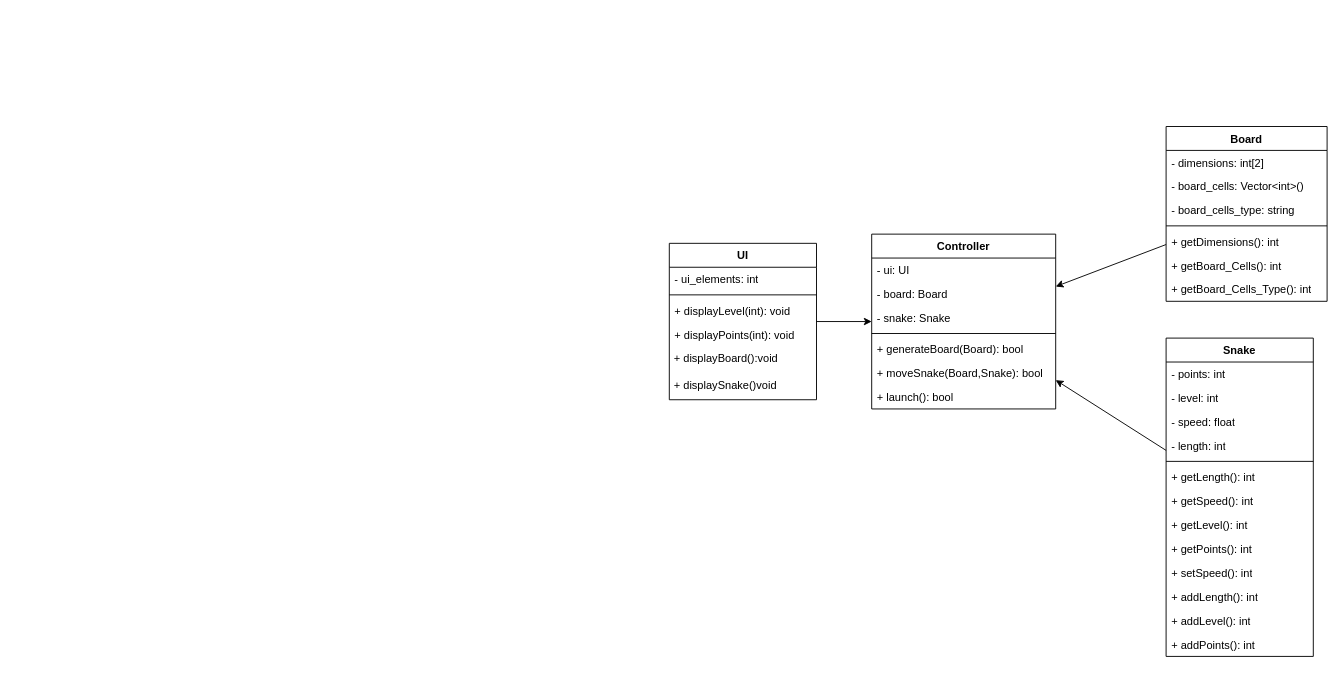
Earlier version of the draw.io diagram diagram/diagram.drawio.xml (4lias/Projekt_Zaliczeniowy). Source tidied: cells renumbered, new cells numbered last; positions are measured from the earlier drawing's top-left corner, leaving out a move shared by most shapes. Both pictures are drawn from the tidied source at 92%, with x=0, y=0 at pixel (669, 126).
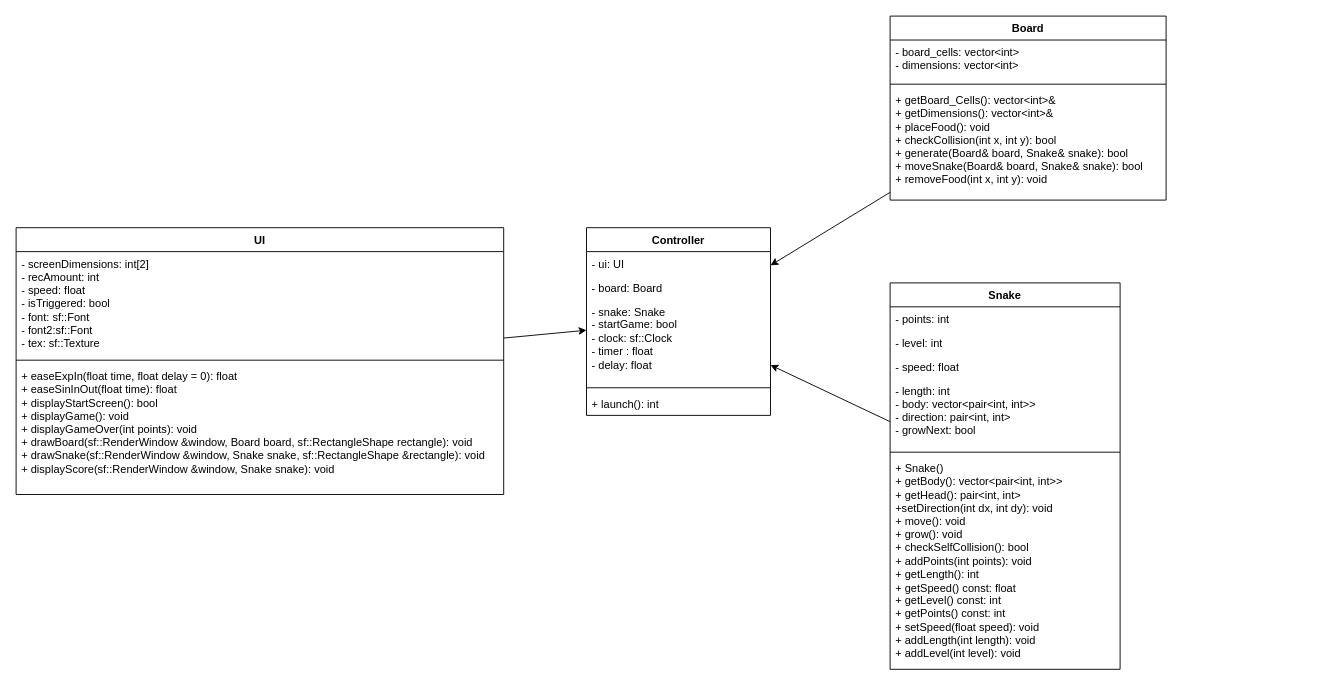
After the change.

Diff of the diagram source:
```diff
@@
     <mxCell id="2" value="Controller" style="swimlane;fontStyle=1;align=center;verticalAlign=top;horizontal=1;startSize=26;whiteSpace=wrap;html=1;" parent="1" vertex="1">
-      <mxGeometry x="220" y="117" width="200" height="190" as="geometry" />
+      <mxGeometry x="-90" y="110" width="200" height="204" as="geometry" />
     </mxCell>
@@
-    <mxCell id="5" value="- snake: Snake" style="text;strokeColor=none;fillColor=none;align=left;verticalAlign=top;spacingLeft=4;spacingRight=4;overflow=hidden;whiteSpace=wrap;html=1;" parent="2" vertex="1">
-      <mxGeometry y="78" width="200" height="26" as="geometry" />
+    <mxCell id="5" value="&lt;div&gt;- snake: Snake&lt;/div&gt;&lt;div&gt;- startGame: bool&lt;/div&gt;&lt;div&gt;- clock: sf::Clock&lt;/div&gt;&lt;div&gt;- timer : float&lt;/div&gt;&lt;div&gt;- delay: float&lt;br&gt;&lt;/div&gt;" style="text;strokeColor=none;fillColor=none;align=left;verticalAlign=top;spacingLeft=4;spacingRight=4;overflow=hidden;whiteSpace=wrap;html=1;" parent="2" vertex="1">
+      <mxGeometry y="78" width="200" height="92" as="geometry" />
     </mxCell>
     <mxCell id="6" style="line;strokeWidth=1;fillColor=none;align=left;verticalAlign=middle;spacingTop=-1;spacingLeft=3;spacingRight=3;labelPosition=right;strokeColor=inherit;" parent="2" vertex="1">
-      <mxGeometry y="104" width="200" height="8" as="geometry" />
+      <mxGeometry y="170" width="200" height="8" as="geometry" />
     </mxCell>
-    <mxCell id="7" value="+ generateBoard(Board): bool" style="text;strokeColor=none;fillColor=none;align=left;verticalAlign=top;spacingLeft=4;spacingRight=4;overflow=hidden;whiteSpace=wrap;html=1;" parent="2" vertex="1">
-      <mxGeometry y="112" width="200" height="26" as="geometry" />
-    </mxCell>
-    <mxCell id="8" value="+ moveSnake(Board,Snake): bool" style="text;strokeColor=none;fillColor=none;align=left;verticalAlign=top;spacingLeft=4;spacingRight=4;overflow=hidden;whiteSpace=wrap;html=1;" parent="2" vertex="1">
-      <mxGeometry y="138" width="200" height="26" as="geometry" />
-    </mxCell>
-    <mxCell id="9" value="+ launch(): bool" style="text;strokeColor=none;fillColor=none;align=left;verticalAlign=top;spacingLeft=4;spacingRight=4;overflow=hidden;whiteSpace=wrap;html=1;" parent="2" vertex="1">
-      <mxGeometry y="164" width="200" height="26" as="geometry" />
+    <mxCell id="9" value="+ launch(): int" style="text;strokeColor=none;fillColor=none;align=left;verticalAlign=top;spacingLeft=4;spacingRight=4;overflow=hidden;whiteSpace=wrap;html=1;" parent="2" vertex="1">
+      <mxGeometry y="178" width="200" height="26" as="geometry" />
     </mxCell>
     <mxCell id="10" value="UI" style="swimlane;fontStyle=1;align=center;verticalAlign=top;horizontal=1;startSize=26;whiteSpace=wrap;html=1;" parent="1" vertex="1">
-      <mxGeometry y="127" width="160" height="170" as="geometry" />
+      <mxGeometry x="-710" y="110" width="530" height="290" as="geometry" />
     </mxCell>
-    <mxCell id="11" value="- ui_elements: int" style="text;strokeColor=none;fillColor=none;align=left;verticalAlign=top;spacingLeft=4;spacingRight=4;overflow=hidden;whiteSpace=wrap;html=1;" parent="10" vertex="1">
-      <mxGeometry y="26" width="160" height="26" as="geometry" />
+    <mxCell id="11" value="&lt;div&gt;- screenDimensions: int[2]&lt;/div&gt;&lt;div&gt;- recAmount: int&lt;/div&gt;&lt;div&gt;- speed: float&lt;/div&gt;&lt;div&gt;- isTriggered: bool&lt;/div&gt;&lt;div&gt;- font: sf::Font&lt;/div&gt;&lt;div&gt;- font2:sf::Font&lt;/div&gt;&lt;div&gt;- tex: sf::Texture&lt;br&gt;&lt;/div&gt;" style="text;strokeColor=none;fillColor=none;align=left;verticalAlign=top;spacingLeft=4;spacingRight=4;overflow=hidden;whiteSpace=wrap;html=1;" parent="10" vertex="1">
+      <mxGeometry y="26" width="530" height="114" as="geometry" />
     </mxCell>
     <mxCell id="12" style="line;strokeWidth=1;fillColor=none;align=left;verticalAlign=middle;spacingTop=-1;spacingLeft=3;spacingRight=3;labelPosition=right;strokeColor=inherit;" parent="10" vertex="1">
-      <mxGeometry y="52" width="160" height="8" as="geometry" />
+      <mxGeometry y="140" width="530" height="8" as="geometry" />
     </mxCell>
-    <mxCell id="13" value="+ displayLevel(int): void" style="text;strokeColor=none;fillColor=none;align=left;verticalAlign=top;spacingLeft=4;spacingRight=4;overflow=hidden;whiteSpace=wrap;html=1;" parent="10" vertex="1">
-      <mxGeometry y="60" width="160" height="26" as="geometry" />
+    <mxCell id="13" value="&lt;div&gt;+ easeExpIn(float time, float delay = 0): float&lt;/div&gt;&lt;div&gt;+ easeSinInOut(float time): float &lt;br&gt;&lt;/div&gt;&lt;div&gt;+ displayStartScreen(): bool&lt;/div&gt;&lt;div&gt;+ displayGame(): void&lt;/div&gt;&lt;div&gt;+ displayGameOver(int points): void &lt;br&gt;&lt;/div&gt;&lt;div&gt;+ drawBoard(sf::RenderWindow &amp;amp;window, Board board, sf::RectangleShape rectangle): void&lt;/div&gt;&lt;div&gt;+ drawSnake(sf::RenderWindow &amp;amp;window, Snake snake, sf::RectangleShape &amp;amp;rectangle): void&lt;/div&gt;&lt;div&gt;+ displayScore(sf::RenderWindow &amp;amp;window, Snake snake): void&lt;/div&gt;&lt;div&gt;&lt;br&gt;&lt;/div&gt;&lt;div&gt;&lt;br&gt;&lt;/div&gt;" style="text;strokeColor=none;fillColor=none;align=left;verticalAlign=top;spacingLeft=4;spacingRight=4;overflow=hidden;whiteSpace=wrap;html=1;" parent="10" vertex="1">
+      <mxGeometry y="148" width="530" height="142" as="geometry" />
     </mxCell>
-    <mxCell id="14" value="+ displayPoints(int): void" style="text;strokeColor=none;fillColor=none;align=left;verticalAlign=top;spacingLeft=4;spacingRight=4;overflow=hidden;whiteSpace=wrap;html=1;" parent="10" vertex="1">
-      <mxGeometry y="86" width="160" height="24" as="geometry" />
-    </mxCell>
-    <mxCell id="15" value="&lt;div&gt;&amp;nbsp;+ displayBoard():void&lt;/div&gt;" style="text;html=1;align=left;verticalAlign=middle;strokeColor=none;fillColor=none;" parent="10" vertex="1">
-      <mxGeometry y="110" width="160" height="30" as="geometry" />
-    </mxCell>
-    <mxCell id="16" value="&lt;div&gt;&amp;nbsp;+ displaySnake()void&lt;/div&gt;" style="text;html=1;align=left;verticalAlign=middle;strokeColor=none;fillColor=none;" parent="10" vertex="1">
-      <mxGeometry y="140" width="160" height="30" as="geometry" />
-    </mxCell>
@@
     <mxCell id="18" value="Snake" style="swimlane;fontStyle=1;align=center;verticalAlign=top;horizontal=1;startSize=26;whiteSpace=wrap;html=1;" parent="1" vertex="1">
-      <mxGeometry x="540" y="230" width="160" height="346" as="geometry" />
+      <mxGeometry x="240" y="170" width="250" height="420" as="geometry" />
     </mxCell>
     <mxCell id="19" value="- points: int" style="text;strokeColor=none;fillColor=none;align=left;verticalAlign=top;spacingLeft=4;spacingRight=4;overflow=hidden;whiteSpace=wrap;html=1;" parent="18" vertex="1">
-      <mxGeometry y="26" width="160" height="26" as="geometry" />
+      <mxGeometry y="26" width="250" height="26" as="geometry" />
     </mxCell>
     <mxCell id="20" value="- level: int" style="text;strokeColor=none;fillColor=none;align=left;verticalAlign=top;spacingLeft=4;spacingRight=4;overflow=hidden;whiteSpace=wrap;html=1;" parent="18" vertex="1">
-      <mxGeometry y="52" width="160" height="26" as="geometry" />
+      <mxGeometry y="52" width="250" height="26" as="geometry" />
     </mxCell>
     <mxCell id="21" value="- speed: float" style="text;strokeColor=none;fillColor=none;align=left;verticalAlign=top;spacingLeft=4;spacingRight=4;overflow=hidden;whiteSpace=wrap;html=1;" parent="18" vertex="1">
-      <mxGeometry y="78" width="160" height="26" as="geometry" />
+      <mxGeometry y="78" width="250" height="26" as="geometry" />
     </mxCell>
-    <mxCell id="22" value="- length: int" style="text;strokeColor=none;fillColor=none;align=left;verticalAlign=top;spacingLeft=4;spacingRight=4;overflow=hidden;whiteSpace=wrap;html=1;" parent="18" vertex="1">
-      <mxGeometry y="104" width="160" height="26" as="geometry" />
+    <mxCell id="22" value="&lt;div&gt;- length: int&lt;/div&gt;&lt;div&gt;- body: vector&amp;lt;pair&amp;lt;int, int&amp;gt;&amp;gt;&lt;/div&gt;&lt;div&gt;- direction: pair&amp;lt;int, int&amp;gt;&lt;/div&gt;&lt;div&gt;- growNext: bool&lt;br&gt;&lt;/div&gt;" style="text;strokeColor=none;fillColor=none;align=left;verticalAlign=top;spacingLeft=4;spacingRight=4;overflow=hidden;whiteSpace=wrap;html=1;" parent="18" vertex="1">
+      <mxGeometry y="104" width="250" height="76" as="geometry" />
     </mxCell>
     <mxCell id="23" style="line;strokeWidth=1;fillColor=none;align=left;verticalAlign=middle;spacingTop=-1;spacingLeft=3;spacingRight=3;labelPosition=right;strokeColor=inherit;" parent="18" vertex="1">
-      <mxGeometry y="130" width="160" height="8" as="geometry" />
+      <mxGeometry y="180" width="250" height="8" as="geometry" />
     </mxCell>
-    <mxCell id="24" value="+ getLength(): int" style="text;strokeColor=none;fillColor=none;align=left;verticalAlign=top;spacingLeft=4;spacingRight=4;overflow=hidden;whiteSpace=wrap;html=1;" parent="18" vertex="1">
-      <mxGeometry y="138" width="160" height="26" as="geometry" />
-    </mxCell>
-    <mxCell id="25" value="+ getSpeed(): int" style="text;strokeColor=none;fillColor=none;align=left;verticalAlign=top;spacingLeft=4;spacingRight=4;overflow=hidden;whiteSpace=wrap;html=1;" parent="18" vertex="1">
-      <mxGeometry y="164" width="160" height="26" as="geometry" />
-    </mxCell>
-    <mxCell id="26" value="+ getLevel(): int" style="text;strokeColor=none;fillColor=none;align=left;verticalAlign=top;spacingLeft=4;spacingRight=4;overflow=hidden;whiteSpace=wrap;html=1;" parent="18" vertex="1">
-      <mxGeometry y="190" width="160" height="26" as="geometry" />
-    </mxCell>
-    <mxCell id="27" value="+ getPoints(): int" style="text;strokeColor=none;fillColor=none;align=left;verticalAlign=top;spacingLeft=4;spacingRight=4;overflow=hidden;whiteSpace=wrap;html=1;" parent="18" vertex="1">
-      <mxGeometry y="216" width="160" height="26" as="geometry" />
-    </mxCell>
-    <mxCell id="28" value="+ setSpeed(): int" style="text;strokeColor=none;fillColor=none;align=left;verticalAlign=top;spacingLeft=4;spacingRight=4;overflow=hidden;whiteSpace=wrap;html=1;" parent="18" vertex="1">
-      <mxGeometry y="242" width="160" height="26" as="geometry" />
+    <mxCell id="28" value="&lt;div&gt;+ Snake()&lt;/div&gt;&lt;div&gt;+ getBody(): vector&amp;lt;pair&amp;lt;int, int&amp;gt;&amp;gt;&lt;/div&gt;&lt;div&gt;+ getHead(): pair&amp;lt;int, int&amp;gt;&lt;/div&gt;&lt;div&gt;+setDirection(int dx, int dy): void &lt;br&gt;&lt;/div&gt;&lt;div&gt;+ move(): void&lt;/div&gt;&lt;div&gt;+ grow(): void&lt;/div&gt;&lt;div&gt;+ checkSelfCollision(): bool&lt;/div&gt;&lt;div&gt;+ addPoints(int points): void &lt;br&gt;+ getLength(): int&amp;nbsp;&amp;nbsp; &lt;br&gt;+ getSpeed() const: float&lt;br&gt;+ getLevel() const: int &lt;br&gt;+ getPoints() const: int &lt;br&gt;+ setSpeed(float speed): void &lt;br&gt;+ addLength(int length): void &lt;br&gt;+ addLevel(int level): void &lt;br&gt;&lt;/div&gt;" style="text;strokeColor=none;fillColor=none;align=left;verticalAlign=top;spacingLeft=4;spacingRight=4;overflow=hidden;whiteSpace=wrap;html=1;" parent="18" vertex="1">
+      <mxGeometry y="188" width="250" height="232" as="geometry" />
     </mxCell>
-    <mxCell id="29" value="+ addLength(): int" style="text;strokeColor=none;fillColor=none;align=left;verticalAlign=top;spacingLeft=4;spacingRight=4;overflow=hidden;whiteSpace=wrap;html=1;" parent="18" vertex="1">
-      <mxGeometry y="268" width="160" height="26" as="geometry" />
-    </mxCell>
-    <mxCell id="30" value="+ addLevel(): int" style="text;strokeColor=none;fillColor=none;align=left;verticalAlign=top;spacingLeft=4;spacingRight=4;overflow=hidden;whiteSpace=wrap;html=1;" parent="18" vertex="1">
-      <mxGeometry y="294" width="160" height="26" as="geometry" />
-    </mxCell>
-    <mxCell id="31" value="+ addPoints(): int" style="text;strokeColor=none;fillColor=none;align=left;verticalAlign=top;spacingLeft=4;spacingRight=4;overflow=hidden;whiteSpace=wrap;html=1;" parent="18" vertex="1">
-      <mxGeometry y="320" width="160" height="26" as="geometry" />
-    </mxCell>
     <mxCell id="32" value="Board" style="swimlane;fontStyle=1;align=center;verticalAlign=top;horizontal=1;startSize=26;whiteSpace=wrap;html=1;" parent="1" vertex="1">
-      <mxGeometry x="540" width="175" height="190" as="geometry" />
+      <mxGeometry x="240" y="-120" width="300" height="200" as="geometry" />
     </mxCell>
-    <mxCell id="33" value="- dimensions: int[2]" style="text;strokeColor=none;fillColor=none;align=left;verticalAlign=top;spacingLeft=4;spacingRight=4;overflow=hidden;whiteSpace=wrap;html=1;" parent="32" vertex="1">
-      <mxGeometry y="26" width="175" height="26" as="geometry" />
-    </mxCell>
-    <mxCell id="34" value="- board_cells: Vector&amp;lt;int&amp;gt;()" style="text;strokeColor=none;fillColor=none;align=left;verticalAlign=top;spacingLeft=4;spacingRight=4;overflow=hidden;whiteSpace=wrap;html=1;" parent="32" vertex="1">
-      <mxGeometry y="52" width="175" height="26" as="geometry" />
+    <mxCell id="34" value="- board_cells: vector&amp;lt;int&amp;gt; &lt;br&gt;- dimensions: vector&amp;lt;int&amp;gt;&amp;nbsp; " style="text;strokeColor=none;fillColor=none;align=left;verticalAlign=top;spacingLeft=4;spacingRight=4;overflow=hidden;whiteSpace=wrap;html=1;" parent="32" vertex="1">
+      <mxGeometry y="26" width="300" height="44" as="geometry" />
     </mxCell>
-    <mxCell id="35" value="- board_cells_type: string" style="text;strokeColor=none;fillColor=none;align=left;verticalAlign=top;spacingLeft=4;spacingRight=4;overflow=hidden;whiteSpace=wrap;html=1;" parent="32" vertex="1">
-      <mxGeometry y="78" width="175" height="26" as="geometry" />
-    </mxCell>
     <mxCell id="36" style="line;strokeWidth=1;fillColor=none;align=left;verticalAlign=middle;spacingTop=-1;spacingLeft=3;spacingRight=3;labelPosition=right;strokeColor=inherit;" parent="32" vertex="1">
-      <mxGeometry y="104" width="175" height="8" as="geometry" />
+      <mxGeometry y="70" width="300" height="8" as="geometry" />
     </mxCell>
-    <mxCell id="37" value="+ getDimensions(): int" style="text;strokeColor=none;fillColor=none;align=left;verticalAlign=top;spacingLeft=4;spacingRight=4;overflow=hidden;whiteSpace=wrap;html=1;" parent="32" vertex="1">
-      <mxGeometry y="112" width="175" height="26" as="geometry" />
+    <mxCell id="37" value="+ getBoard_Cells(): vector&amp;lt;int&amp;gt;&amp;amp; &lt;br&gt;+ getDimensions(): vector&amp;lt;int&amp;gt;&amp;amp; &amp;nbsp;&lt;br&gt;+ placeFood(): void&amp;nbsp;&amp;nbsp;&amp;nbsp;&amp;nbsp;&amp;nbsp;&amp;nbsp;&amp;nbsp;&amp;nbsp;&amp;nbsp;&amp;nbsp;&amp;nbsp;&amp;nbsp; &amp;nbsp;&lt;br&gt;+ checkCollision(int x, int y): bool &lt;br&gt;+ generate(Board&amp;amp; board, Snake&amp;amp; snake): bool &lt;br&gt;+ moveSnake(Board&amp;amp; board, Snake&amp;amp; snake): bool &lt;br&gt;+ removeFood(int x, int y): void " style="text;strokeColor=none;fillColor=none;align=left;verticalAlign=top;spacingLeft=4;spacingRight=4;overflow=hidden;whiteSpace=wrap;html=1;" parent="32" vertex="1">
+      <mxGeometry y="78" width="300" height="122" as="geometry" />
     </mxCell>
-    <mxCell id="38" value="+ getBoard_Cells(): int" style="text;strokeColor=none;fillColor=none;align=left;verticalAlign=top;spacingLeft=4;spacingRight=4;overflow=hidden;whiteSpace=wrap;html=1;" parent="32" vertex="1">
-      <mxGeometry y="138" width="175" height="26" as="geometry" />
-    </mxCell>
-    <mxCell id="39" value="+ getBoard_Cells_Type(): int" style="text;strokeColor=none;fillColor=none;align=left;verticalAlign=top;spacingLeft=4;spacingRight=4;overflow=hidden;whiteSpace=wrap;html=1;" parent="32" vertex="1">
-      <mxGeometry y="164" width="175" height="26" as="geometry" />
-    </mxCell>
```
